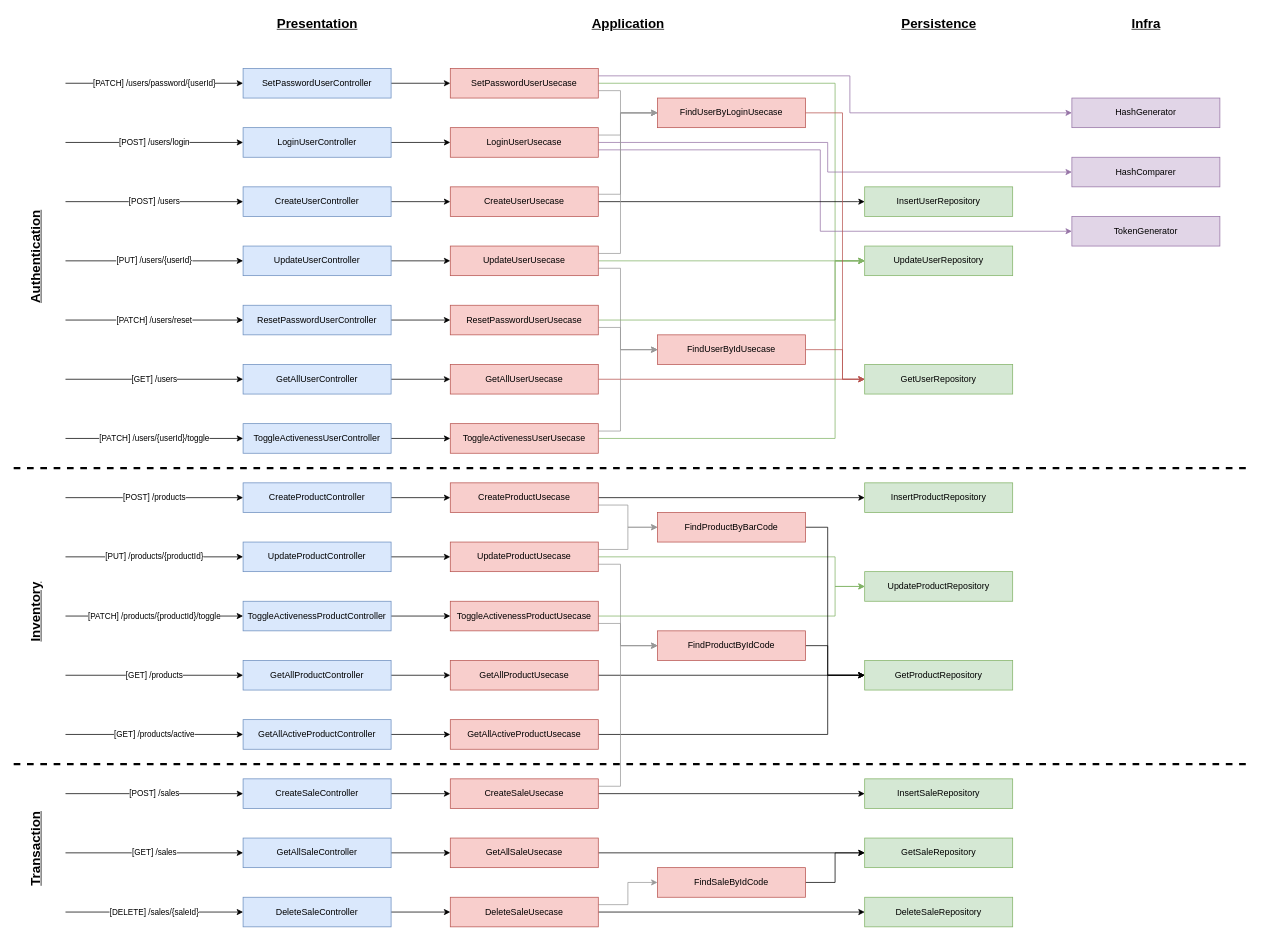
Above: page "architecture-diagram" (3 of 3) of docs/diagrams.drawio in leonfoliveira/sales (draw.io), before the change. Source tidied: cells renumbered, new cells numbered last; positions are measured from the earlier drawing's top-left corner, leaving out a move shared by most shapes. Both pictures are drawn from the tidied source at 74%, with x=0, y=0 at pixel (13, 13).
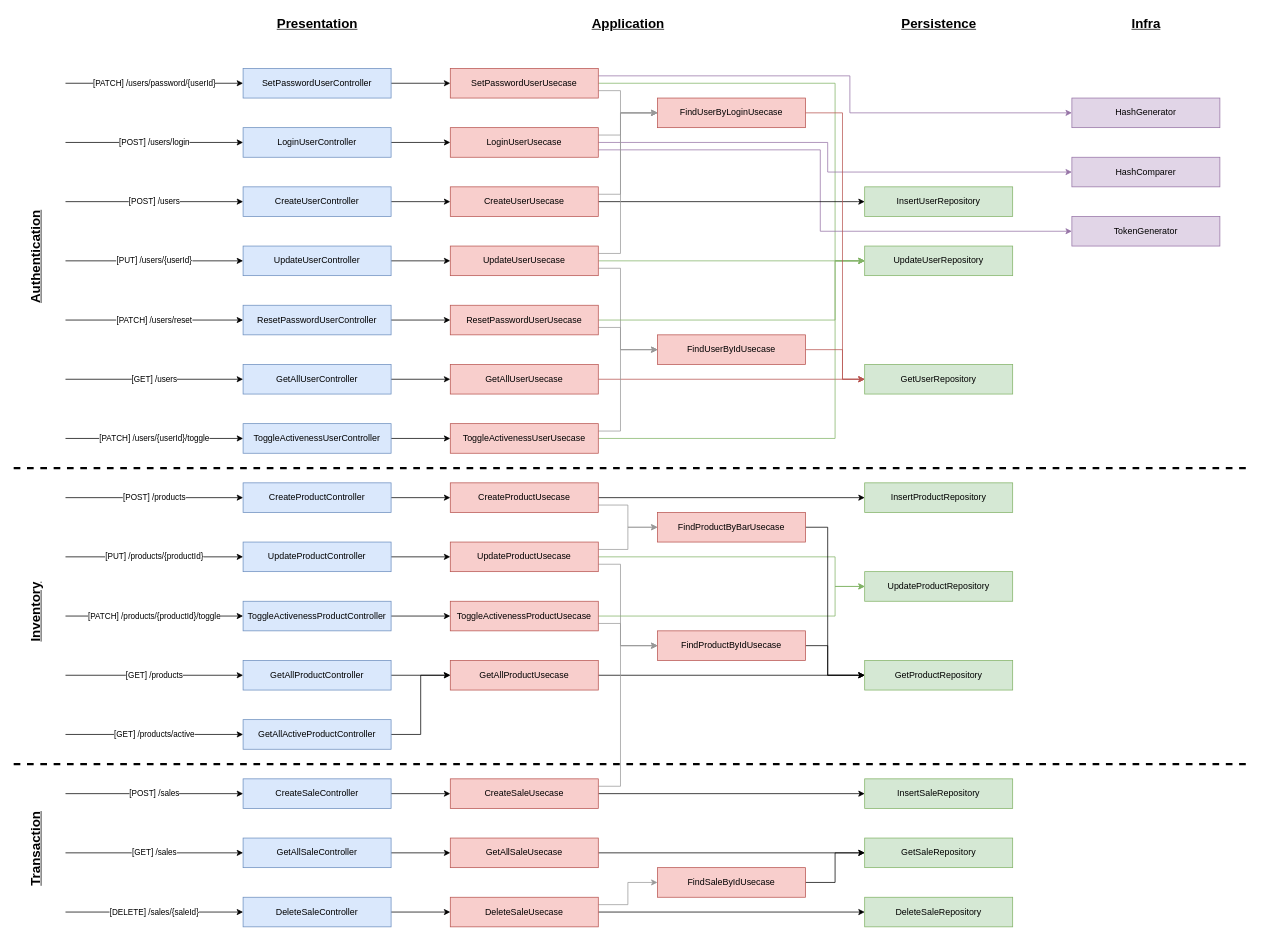
The same diagram, later.

Unchanged cells that the change refers to:
```xml
<mxCell id="30" value="GetAllActiveProductController" style="rounded=0;whiteSpace=wrap;html=1;fillColor=#dae8fc;strokeColor=#6c8ebf;" parent="1" vertex="1">
  <mxGeometry x="310" y="955" width="200" height="40" as="geometry" />
</mxCell>
<mxCell id="70" value="GetAllProductUsecase" style="rounded=0;whiteSpace=wrap;html=1;fillColor=#f8cecc;strokeColor=#b85450;" parent="1" vertex="1">
  <mxGeometry x="590" y="875" width="200" height="40" as="geometry" />
</mxCell>
<mxCell id="107" value="GetProductRepository" style="rounded=0;whiteSpace=wrap;html=1;fillColor=#d5e8d4;strokeColor=#82b366;" parent="1" vertex="1">
  <mxGeometry x="1150" y="875" width="200" height="40" as="geometry" />
</mxCell>
```

Change to the diagram source:
```diff
@@
-    <mxCell id="29" style="edgeStyle=none;rounded=0;jettySize=auto;html=1;entryX=0;entryY=0.5;entryDx=0;entryDy=0;" parent="1" edge="1" source="30" target="74">
+    <mxCell id="29" style="edgeStyle=orthogonalEdgeStyle;rounded=0;jettySize=auto;html=1;entryX=0;entryY=0.5;entryDx=0;entryDy=0;" parent="1" edge="1" source="30" target="70">
       <mxGeometry relative="1" as="geometry" />
     </mxCell>
@@
-    <mxCell id="73" style="edgeStyle=orthogonalEdgeStyle;rounded=0;sketch=0;jumpStyle=none;jettySize=auto;html=1;entryX=0;entryY=0.5;entryDx=0;entryDy=0;shadow=0;fillColor=#d5e8d4;strokeColor=#000000;" parent="1" edge="1" source="74" target="107">
-      <mxGeometry relative="1" as="geometry">
-        <Array as="points">
-          <mxPoint x="1100" y="975" />
-          <mxPoint x="1100" y="895" />
-        </Array>
-      </mxGeometry>
-    </mxCell>
-    <mxCell id="74" value="GetAllActiveProductUsecase" style="rounded=0;whiteSpace=wrap;html=1;fillColor=#f8cecc;strokeColor=#b85450;" parent="1" vertex="1">
-      <mxGeometry x="590" y="955" width="200" height="40" as="geometry" />
-    </mxCell>
@@
-    <mxCell id="95" value="FindProductByBarCode" style="rounded=0;whiteSpace=wrap;html=1;fillColor=#f8cecc;strokeColor=#b85450;" parent="1" vertex="1">
+    <mxCell id="95" value="FindProductByBarUsecase" style="rounded=0;whiteSpace=wrap;html=1;fillColor=#f8cecc;strokeColor=#b85450;" parent="1" vertex="1">
       <mxGeometry x="870" y="675" width="200" height="40" as="geometry" />
     </mxCell>
@@
-    <mxCell id="97" value="FindProductByIdCode" style="rounded=0;whiteSpace=wrap;html=1;fillColor=#f8cecc;strokeColor=#b85450;" parent="1" vertex="1">
+    <mxCell id="97" value="FindProductByIdUsecase" style="rounded=0;whiteSpace=wrap;html=1;fillColor=#f8cecc;strokeColor=#b85450;" parent="1" vertex="1">
       <mxGeometry x="870" y="835" width="200" height="40" as="geometry" />
     </mxCell>
@@
-    <mxCell id="101" value="FindSaleByIdCode" style="rounded=0;whiteSpace=wrap;html=1;fillColor=#f8cecc;strokeColor=#b85450;" parent="1" vertex="1">
+    <mxCell id="101" value="FindSaleByIdUsecase" style="rounded=0;whiteSpace=wrap;html=1;fillColor=#f8cecc;strokeColor=#b85450;" parent="1" vertex="1">
       <mxGeometry x="870" y="1155" width="200" height="40" as="geometry" />
     </mxCell>
```
